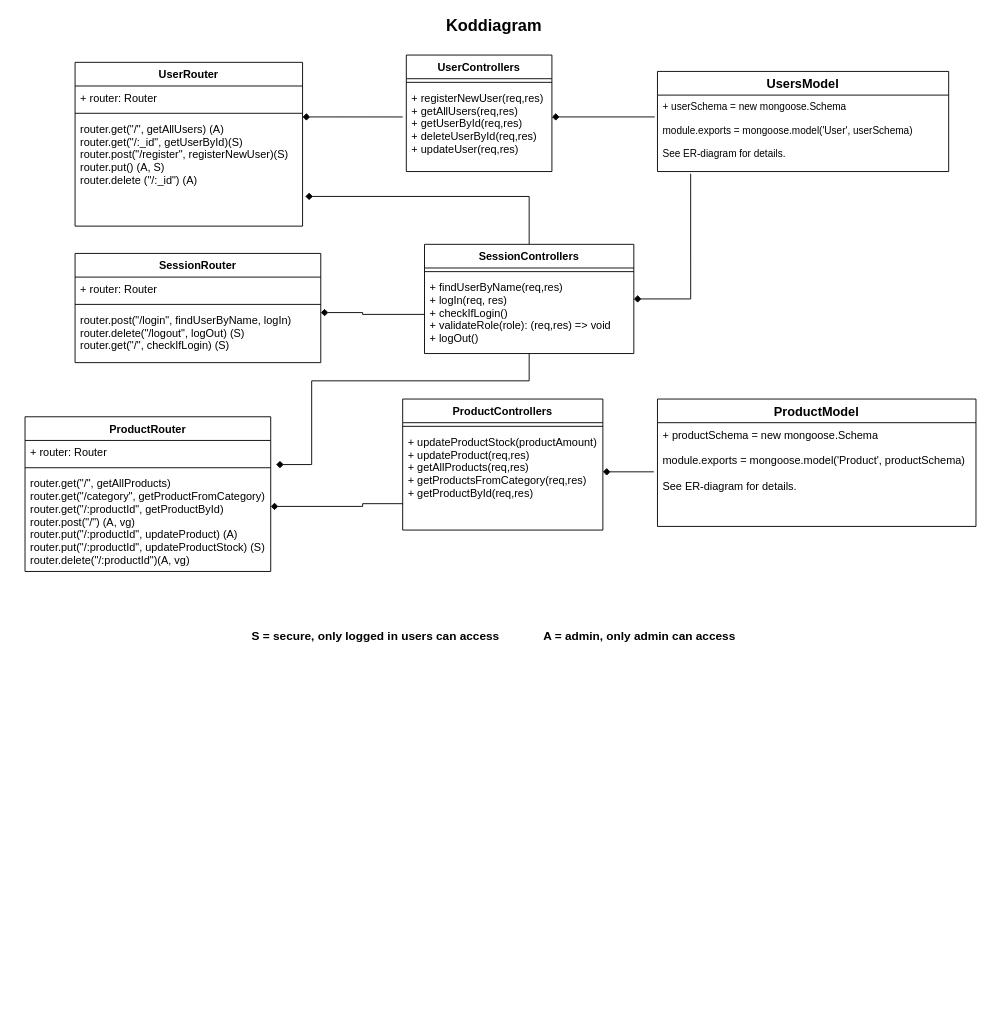
The draw.io diagram misc/Untitled Diagram.drawio in Condif/husinventarieapp, before the edit. Source tidied: cells renumbered, new cells numbered last; positions are measured from the earlier drawing's top-left corner, leaving out a move shared by most shapes. Both pictures are drawn from the tidied source at 91%, with x=0, y=0 at pixel (25, 16).
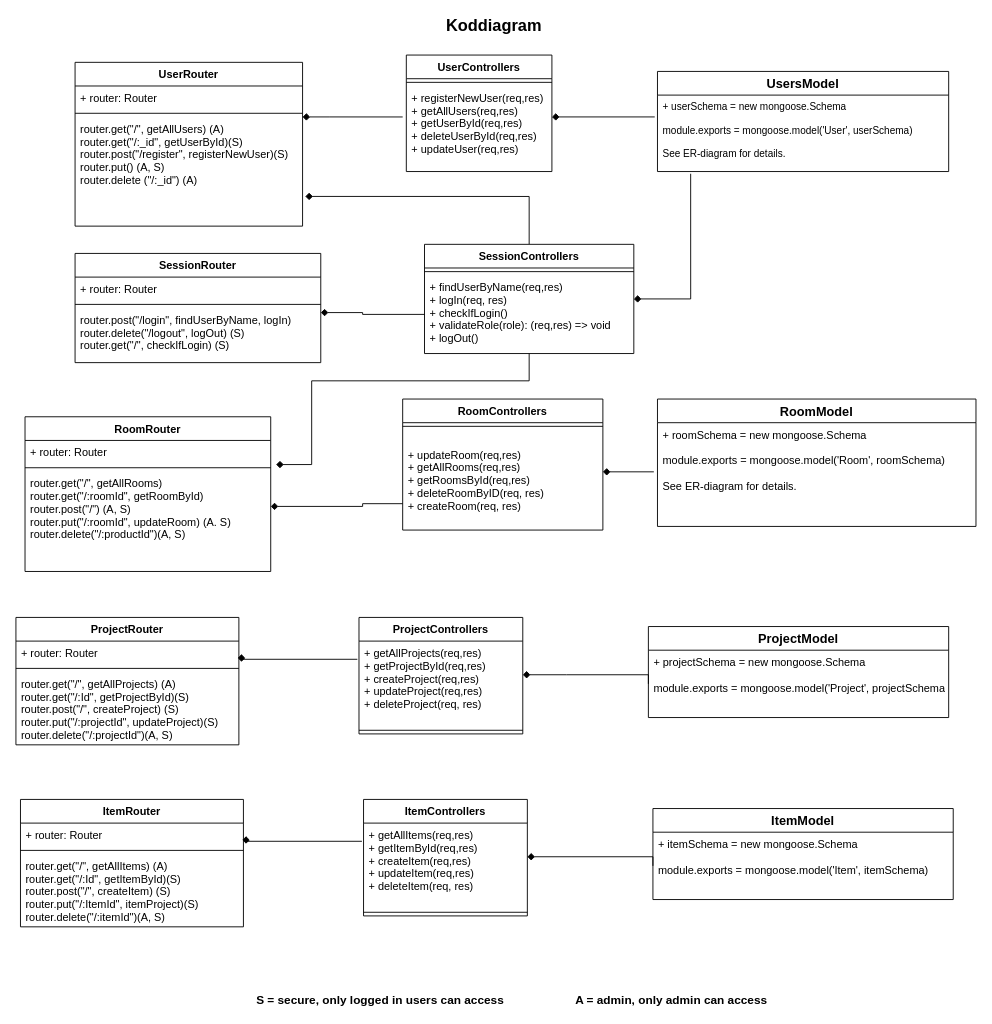
The same diagram, later.

Change to the diagram source:
```diff
@@
-    <mxCell id="22" value="ProductModel" style="swimlane;fontStyle=1;horizontal=1;startSize=26;align=center;fontSize=14;" parent="1" vertex="1">
+    <mxCell id="22" value="RoomModel" style="swimlane;fontStyle=1;horizontal=1;startSize=26;align=center;fontSize=14;" parent="1" vertex="1">
       <mxGeometry x="695" y="420" width="350" height="140" as="geometry" />
     </mxCell>
-    <mxCell id="23" value="+ productSchema = new mongoose.Schema&#10;&#10;module.exports = mongoose.model('Product', productSchema)&#10;&#10;See ER-diagram for details. " style="text;strokeColor=none;fillColor=none;spacingLeft=4;spacingRight=4;overflow=hidden;fontSize=12;" parent="22" vertex="1">
+    <mxCell id="23" value="+ roomSchema = new mongoose.Schema&#10;&#10;module.exports = mongoose.model('Room', roomSchema)&#10;&#10;See ER-diagram for details. " style="text;strokeColor=none;fillColor=none;spacingLeft=4;spacingRight=4;overflow=hidden;fontSize=12;" parent="22" vertex="1">
       <mxGeometry y="26" width="350" height="114" as="geometry" />
     </mxCell>
@@
-    <mxCell id="29" value="ProductControllers" style="swimlane;fontStyle=1;align=center;verticalAlign=top;horizontal=1;startSize=26;" parent="1" vertex="1">
+    <mxCell id="29" value="RoomControllers" style="swimlane;fontStyle=1;align=center;verticalAlign=top;horizontal=1;startSize=26;" parent="1" vertex="1">
       <mxGeometry x="415" y="420" width="220" height="144" as="geometry" />
     </mxCell>
@@
-    <mxCell id="31" value="+ updateProductStock(productAmount)&#10;+ updateProduct(req,res) &#10;+ getAllProducts(req,res)&#10;+ getProductsFromCategory(req,res)&#10;+ getProductById(req,res)" style="text;strokeColor=none;fillColor=none;align=left;verticalAlign=top;spacingLeft=4;spacingRight=4;overflow=hidden;points=[[0,0.5],[1,0.5]];portConstraint=eastwest;" parent="29" vertex="1">
+    <mxCell id="31" value="&#10;+ updateRoom(req,res) &#10;+ getAllRooms(req,res)&#10;+ getRoomsById(req,res)&#10;+ deleteRoomByID(req, res)&#10;+ createRoom(req, res)" style="text;strokeColor=none;fillColor=none;align=left;verticalAlign=top;spacingLeft=4;spacingRight=4;overflow=hidden;points=[[0,0.5],[1,0.5]];portConstraint=eastwest;" parent="29" vertex="1">
       <mxGeometry y="34" width="220" height="110" as="geometry" />
     </mxCell>
-    <mxCell id="32" value="ProductRouter" style="swimlane;fontStyle=1;align=center;verticalAlign=top;horizontal=1;startSize=26;" parent="1" vertex="1">
+    <mxCell id="32" value="RoomRouter" style="swimlane;fontStyle=1;align=center;verticalAlign=top;horizontal=1;startSize=26;" parent="1" vertex="1">
       <mxGeometry y="439.5" width="270" height="170" as="geometry" />
     </mxCell>
@@
-    <mxCell id="35" value="router.get(&quot;/&quot;, getAllProducts)&#10;router.get(&quot;/category&quot;, getProductFromCategory)&#10;router.get(&quot;/:productId&quot;, getProductById)&#10;router.post(&quot;/&quot;) (A, vg)&#10;router.put(&quot;/:productId&quot;, updateProduct) (A)&#10;router.put(&quot;/:productId&quot;, updateProductStock) (S)&#10;router.delete(&quot;/:productId&quot;)(A, vg)&#10;" style="text;strokeColor=none;fillColor=none;align=left;verticalAlign=top;spacingLeft=4;spacingRight=4;overflow=hidden;points=[[0,0.5],[1,0.5]];portConstraint=eastwest;" parent="32" vertex="1">
+    <mxCell id="35" value="router.get(&quot;/&quot;, getAllRooms)&#10;router.get(&quot;/:roomId&quot;, getRoomById)&#10;router.post(&quot;/&quot;) (A, S)&#10;router.put(&quot;/:roomId&quot;, updateRoom) (A. S)&#10;router.delete(&quot;/:productId&quot;)(A, S)&#10;" style="text;strokeColor=none;fillColor=none;align=left;verticalAlign=top;spacingLeft=4;spacingRight=4;overflow=hidden;points=[[0,0.5],[1,0.5]];portConstraint=eastwest;" parent="32" vertex="1">
       <mxGeometry y="60" width="270" height="110" as="geometry" />
     </mxCell>
     <mxCell id="36" value="S = secure, only logged in users can access" style="text;html=1;align=center;verticalAlign=middle;fontSize=13;fontStyle=1;" parent="1" vertex="1">
-      <mxGeometry x="240" y="670" width="290" height="20" as="geometry" />
+      <mxGeometry x="245" y="1070" width="290" height="20" as="geometry" />
     </mxCell>
     <mxCell id="37" value="A = admin, only admin can access" style="text;html=1;align=center;verticalAlign=middle;fontSize=13;fontStyle=1;" parent="1" vertex="1">
-      <mxGeometry x="560" y="670" width="230" height="20" as="geometry" />
+      <mxGeometry x="595" y="1070" width="230" height="20" as="geometry" />
     </mxCell>
+    <mxCell id="38" style="text;html=1;align=center;verticalAlign=middle;" parent="1" vertex="1">
+      <mxGeometry x="367" y="699" width="20" height="20" as="geometry" />
+    </mxCell>
+    <mxCell id="39" value="ProjectControllers" style="swimlane;fontStyle=1;align=center;verticalAlign=top;horizontal=1;startSize=26;" parent="1" vertex="1">
+      <mxGeometry x="367" y="660" width="180" height="128" as="geometry" />
+    </mxCell>
+    <mxCell id="40" value="+ getAllProjects(req,res) &#10;+ getProjectById(req,res)&#10;+ createProject(req,res)&#10;+ updateProject(req,res)&#10;+ deleteProject(req, res)" style="text;strokeColor=none;fillColor=none;align=left;verticalAlign=top;spacingLeft=4;spacingRight=4;overflow=hidden;points=[[0,0.5],[1,0.5]];portConstraint=eastwest;" parent="39" vertex="1">
+      <mxGeometry y="26" width="180" height="94" as="geometry" />
+    </mxCell>
+    <mxCell id="41" style="line;strokeWidth=1;fillColor=none;align=left;verticalAlign=middle;spacingTop=-1;spacingLeft=3;spacingRight=3;labelPosition=right;" parent="39" vertex="1">
+      <mxGeometry y="120" width="180" height="8" as="geometry" />
+    </mxCell>
+    <mxCell id="42" style="edgeStyle=orthogonalEdgeStyle;rounded=0;jettySize=auto;html=1;entryX=-0.01;entryY=0.769;entryDx=0;entryDy=0;entryPerimeter=0;endArrow=none;endFill=0;startArrow=diamond;startFill=1;exitX=1.012;exitY=0.876;exitDx=0;exitDy=0;exitPerimeter=0;" parent="1" edge="1" source="47">
+      <mxGeometry relative="1" as="geometry">
+        <mxPoint x="365.2" y="706" as="targetPoint" />
+        <Array as="points">
+          <mxPoint x="238" y="706" />
+        </Array>
+      </mxGeometry>
+    </mxCell>
+    <mxCell id="43" style="edgeStyle=orthogonalEdgeStyle;rounded=0;jettySize=auto;html=1;entryX=0;entryY=0.5;entryDx=0;entryDy=0;endArrow=none;endFill=0;startArrow=diamond;startFill=1;" parent="1" edge="1" source="40" target="45">
+      <mxGeometry relative="1" as="geometry">
+        <Array as="points">
+          <mxPoint x="595" y="723" />
+          <mxPoint x="595" y="723" />
+        </Array>
+      </mxGeometry>
+    </mxCell>
+    <mxCell id="44" value="ProjectModel" style="swimlane;fontStyle=1;horizontal=1;startSize=26;align=center;fontSize=14;" parent="1" vertex="1">
+      <mxGeometry x="685" y="670" width="330" height="100" as="geometry" />
+    </mxCell>
+    <mxCell id="45" value="+ projectSchema = new mongoose.Schema&#10;&#10;module.exports = mongoose.model('Project', projectSchema)" style="text;strokeColor=none;fillColor=none;spacingLeft=4;spacingRight=4;overflow=hidden;points=[[0,0.5],[1,0.5]];portConstraint=eastwest;fontSize=12;" parent="44" vertex="1">
+      <mxGeometry y="26" width="330" height="74" as="geometry" />
+    </mxCell>
+    <mxCell id="46" value="ProjectRouter" style="swimlane;fontStyle=1;align=center;verticalAlign=top;horizontal=1;startSize=26;" parent="1" vertex="1">
+      <mxGeometry x="-10" y="660" width="245" height="140" as="geometry" />
+    </mxCell>
+    <mxCell id="47" value="+ router: Router" style="text;strokeColor=none;fillColor=none;align=left;verticalAlign=top;spacingLeft=4;spacingRight=4;overflow=hidden;points=[[0,0.5],[1,0.5]];portConstraint=eastwest;" parent="46" vertex="1">
+      <mxGeometry y="26" width="245" height="26" as="geometry" />
+    </mxCell>
+    <mxCell id="48" style="line;strokeWidth=1;fillColor=none;align=left;verticalAlign=middle;spacingTop=-1;spacingLeft=3;spacingRight=3;labelPosition=right;" parent="46" vertex="1">
+      <mxGeometry y="52" width="245" height="8" as="geometry" />
+    </mxCell>
+    <mxCell id="49" value="router.get(&quot;/&quot;, getAllProjects) (A)&#10;router.get(&quot;/:Id&quot;, getProjectById)(S)&#10;router.post(&quot;/&quot;, createProject) (S)&#10;router.put(&quot;/:projectId&quot;, updateProject)(S)&#10;router.delete(&quot;/:projectId&quot;)(A, S)&#10;&#10;" style="text;strokeColor=none;fillColor=none;align=left;verticalAlign=top;spacingLeft=4;spacingRight=4;overflow=hidden;" parent="46" vertex="1">
+      <mxGeometry y="60" width="245" height="80" as="geometry" />
+    </mxCell>
+    <mxCell id="50" style="text;html=1;align=center;verticalAlign=middle;" parent="1" vertex="1">
+      <mxGeometry x="372" y="899" width="20" height="20" as="geometry" />
+    </mxCell>
+    <mxCell id="51" value="ItemControllers" style="swimlane;fontStyle=1;align=center;verticalAlign=top;horizontal=1;startSize=26;" parent="1" vertex="1">
+      <mxGeometry x="372" y="860" width="180" height="128" as="geometry" />
+    </mxCell>
+    <mxCell id="52" value="+ getAllItems(req,res) &#10;+ getItemById(req,res)&#10;+ createItem(req,res)&#10;+ updateItem(req,res)&#10;+ deleteItem(req, res)" style="text;strokeColor=none;fillColor=none;align=left;verticalAlign=top;spacingLeft=4;spacingRight=4;overflow=hidden;points=[[0,0.5],[1,0.5]];portConstraint=eastwest;" parent="51" vertex="1">
+      <mxGeometry y="26" width="180" height="94" as="geometry" />
+    </mxCell>
+    <mxCell id="53" style="line;strokeWidth=1;fillColor=none;align=left;verticalAlign=middle;spacingTop=-1;spacingLeft=3;spacingRight=3;labelPosition=right;" parent="51" vertex="1">
+      <mxGeometry y="120" width="180" height="8" as="geometry" />
+    </mxCell>
+    <mxCell id="54" style="edgeStyle=orthogonalEdgeStyle;rounded=0;jettySize=auto;html=1;entryX=-0.01;entryY=0.769;entryDx=0;entryDy=0;entryPerimeter=0;endArrow=none;endFill=0;startArrow=diamond;startFill=1;exitX=1.012;exitY=0.876;exitDx=0;exitDy=0;exitPerimeter=0;" parent="1" edge="1" source="59">
+      <mxGeometry relative="1" as="geometry">
+        <mxPoint x="370.2" y="906" as="targetPoint" />
+        <Array as="points">
+          <mxPoint x="243" y="906" />
+        </Array>
+      </mxGeometry>
+    </mxCell>
+    <mxCell id="55" style="edgeStyle=orthogonalEdgeStyle;rounded=0;jettySize=auto;html=1;entryX=0;entryY=0.5;entryDx=0;entryDy=0;endArrow=none;endFill=0;startArrow=diamond;startFill=1;" parent="1" edge="1" source="52" target="57">
+      <mxGeometry relative="1" as="geometry">
+        <Array as="points">
+          <mxPoint x="600" y="923" />
+          <mxPoint x="600" y="923" />
+        </Array>
+      </mxGeometry>
+    </mxCell>
+    <mxCell id="56" value="ItemModel" style="swimlane;fontStyle=1;horizontal=1;startSize=26;align=center;fontSize=14;" parent="1" vertex="1">
+      <mxGeometry x="690" y="870" width="330" height="100" as="geometry" />
+    </mxCell>
+    <mxCell id="57" value="+ itemSchema = new mongoose.Schema&#10;&#10;module.exports = mongoose.model('Item', itemSchema)" style="text;strokeColor=none;fillColor=none;spacingLeft=4;spacingRight=4;overflow=hidden;points=[[0,0.5],[1,0.5]];portConstraint=eastwest;fontSize=12;" parent="56" vertex="1">
+      <mxGeometry y="26" width="330" height="74" as="geometry" />
+    </mxCell>
+    <mxCell id="58" value="ItemRouter" style="swimlane;fontStyle=1;align=center;verticalAlign=top;horizontal=1;startSize=26;" parent="1" vertex="1">
+      <mxGeometry x="-5" y="860" width="245" height="140" as="geometry" />
+    </mxCell>
+    <mxCell id="59" value="+ router: Router" style="text;strokeColor=none;fillColor=none;align=left;verticalAlign=top;spacingLeft=4;spacingRight=4;overflow=hidden;points=[[0,0.5],[1,0.5]];portConstraint=eastwest;" parent="58" vertex="1">
+      <mxGeometry y="26" width="245" height="26" as="geometry" />
+    </mxCell>
+    <mxCell id="60" style="line;strokeWidth=1;fillColor=none;align=left;verticalAlign=middle;spacingTop=-1;spacingLeft=3;spacingRight=3;labelPosition=right;" parent="58" vertex="1">
+      <mxGeometry y="52" width="245" height="8" as="geometry" />
+    </mxCell>
+    <mxCell id="61" value="router.get(&quot;/&quot;, getAllItems) (A)&#10;router.get(&quot;/:Id&quot;, getItemById)(S)&#10;router.post(&quot;/&quot;, createItem) (S)&#10;router.put(&quot;/:ItemId&quot;, itemProject)(S)&#10;router.delete(&quot;/:itemId&quot;)(A, S)&#10;&#10;" style="text;strokeColor=none;fillColor=none;align=left;verticalAlign=top;spacingLeft=4;spacingRight=4;overflow=hidden;" parent="58" vertex="1">
+      <mxGeometry y="60" width="245" height="80" as="geometry" />
+    </mxCell>
```
